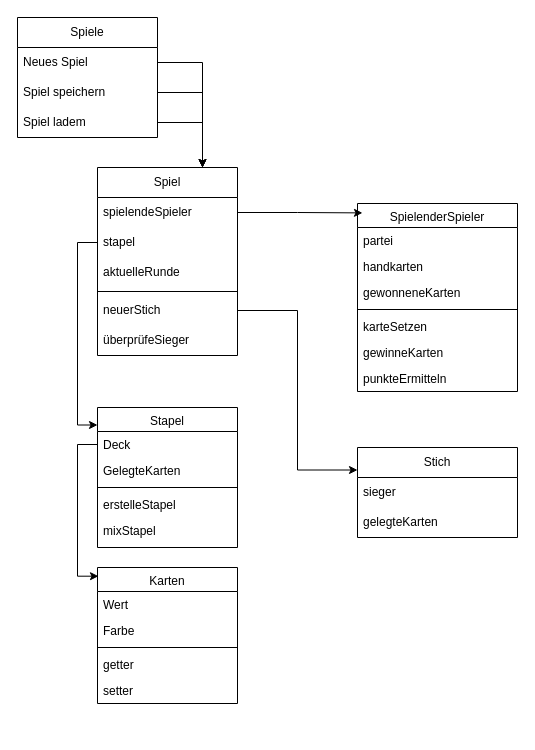
This is Struktur.drawio from GuncraftaM1P/hwr-oop-skat-gruppe2, a draw.io file, before an edit. Source tidied: cells renumbered, new cells numbered last; positions are measured from the earlier drawing's top-left corner, leaving out a move shared by most shapes. Both pictures are drawn from the tidied source at 100%, with x=0, y=0 at pixel (17, 17).
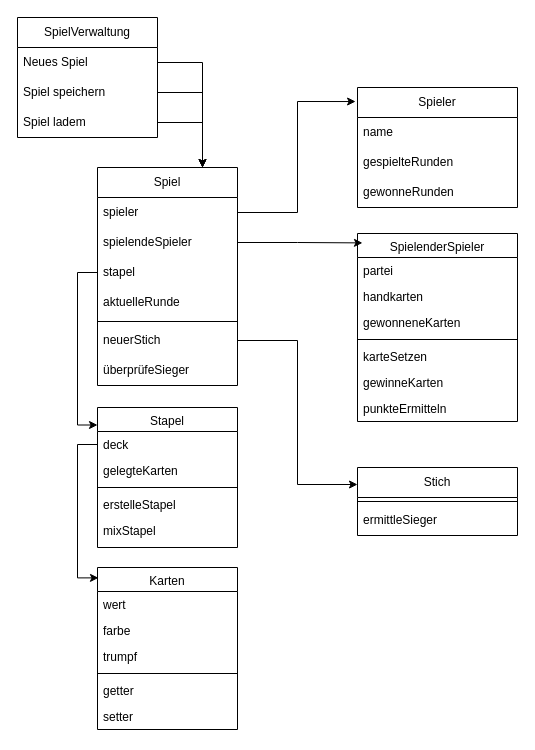
The same diagram, later.

The change refers to these unchanged cells:
```xml
<mxCell id="12" value="Stapel" style="swimlane;fontStyle=0;align=center;verticalAlign=top;horizontal=1;startSize=24;rounded=0;shadow=0;strokeWidth=1;" parent="1" vertex="1">
  <mxGeometry x="80" y="390" width="140" height="140" as="geometry" />
</mxCell>
```

Change to the diagram source:
```diff
@@
     <mxCell id="2" value="Karten" style="swimlane;fontStyle=0;align=center;verticalAlign=top;horizontal=1;startSize=24;rounded=0;shadow=0;strokeWidth=1;" parent="1" vertex="1">
-      <mxGeometry x="80" y="550" width="140" height="136" as="geometry" />
+      <mxGeometry x="80" y="550" width="140" height="162" as="geometry" />
     </mxCell>
-    <mxCell id="3" value="Wert" style="text;align=left;verticalAlign=top;spacingLeft=4;spacingRight=4;overflow=hidden;" parent="2" vertex="1">
+    <mxCell id="3" value="wert" style="text;align=left;verticalAlign=top;spacingLeft=4;spacingRight=4;overflow=hidden;" parent="2" vertex="1">
       <mxGeometry y="24" width="140" height="26" as="geometry" />
     </mxCell>
-    <mxCell id="4" value="Farbe" style="text;align=left;verticalAlign=top;spacingLeft=4;spacingRight=4;overflow=hidden;rounded=0;shadow=0;html=0;" parent="2" vertex="1">
+    <mxCell id="4" value="farbe" style="text;align=left;verticalAlign=top;spacingLeft=4;spacingRight=4;overflow=hidden;rounded=0;shadow=0;html=0;" parent="2" vertex="1">
       <mxGeometry y="50" width="140" height="26" as="geometry" />
     </mxCell>
+    <mxCell id="43" value="trumpf" style="text;align=left;verticalAlign=top;spacingLeft=4;spacingRight=4;overflow=hidden;rounded=0;shadow=0;html=0;" parent="2" vertex="1">
+      <mxGeometry y="76" width="140" height="26" as="geometry" />
+    </mxCell>
     <mxCell id="5" style="line;html=1;strokeWidth=1;align=left;verticalAlign=middle;spacingTop=-1;spacingLeft=3;spacingRight=3;labelPosition=right;" parent="2" vertex="1">
-      <mxGeometry y="76" width="140" height="8" as="geometry" />
+      <mxGeometry y="102" width="140" height="8" as="geometry" />
     </mxCell>
     <mxCell id="6" value="getter" style="text;align=left;verticalAlign=top;spacingLeft=4;spacingRight=4;overflow=hidden;" parent="2" vertex="1">
-      <mxGeometry y="84" width="140" height="26" as="geometry" />
+      <mxGeometry y="110" width="140" height="26" as="geometry" />
     </mxCell>
     <mxCell id="7" value="setter" style="text;align=left;verticalAlign=top;spacingLeft=4;spacingRight=4;overflow=hidden;" parent="2" vertex="1">
-      <mxGeometry y="110" width="140" height="26" as="geometry" />
+      <mxGeometry y="136" width="140" height="26" as="geometry" />
     </mxCell>
-    <mxCell id="8" value="Spiele" style="swimlane;fontStyle=0;horizontal=1;startSize=30;whiteSpace=wrap;html=1;" parent="1" vertex="1">
+    <mxCell id="8" value="SpielVerwaltung" style="swimlane;fontStyle=0;horizontal=1;startSize=30;whiteSpace=wrap;html=1;" parent="1" vertex="1">
       <mxGeometry width="140" height="120" as="geometry" />
     </mxCell>
@@
-    <mxCell id="13" value="Deck" style="text;align=left;verticalAlign=top;spacingLeft=4;spacingRight=4;overflow=hidden;points=[[0,0.5],[1,0.5]];portConstraint=eastwest;" parent="12" vertex="1">
+    <mxCell id="13" value="deck" style="text;align=left;verticalAlign=top;spacingLeft=4;spacingRight=4;overflow=hidden;points=[[0,0.5],[1,0.5]];portConstraint=eastwest;" parent="12" vertex="1">
       <mxGeometry y="24" width="140" height="26" as="geometry" />
     </mxCell>
-    <mxCell id="14" value="GelegteKarten" style="text;align=left;verticalAlign=top;spacingLeft=4;spacingRight=4;overflow=hidden;" parent="12" vertex="1">
+    <mxCell id="14" value="gelegteKarten" style="text;align=left;verticalAlign=top;spacingLeft=4;spacingRight=4;overflow=hidden;" parent="12" vertex="1">
       <mxGeometry y="50" width="140" height="26" as="geometry" />
     </mxCell>
@@
     <mxCell id="18" value="SpielenderSpieler" style="swimlane;fontStyle=0;align=center;verticalAlign=top;horizontal=1;startSize=24;rounded=0;shadow=0;strokeWidth=1;" parent="1" vertex="1">
-      <mxGeometry x="340" y="186" width="160" height="188" as="geometry" />
+      <mxGeometry x="340" y="216" width="160" height="188" as="geometry" />
     </mxCell>
@@
     <mxCell id="26" value="Spiel" style="swimlane;fontStyle=0;horizontal=1;startSize=30;whiteSpace=wrap;html=1;" parent="1" vertex="1">
-      <mxGeometry x="80" y="150" width="140" height="188" as="geometry" />
+      <mxGeometry x="80" y="150" width="140" height="218" as="geometry" />
     </mxCell>
+    <mxCell id="44" value="spieler" style="text;strokeColor=none;fillColor=none;align=left;verticalAlign=middle;spacingLeft=4;spacingRight=4;overflow=hidden;points=[[0,0.5],[1,0.5]];portConstraint=eastwest;whiteSpace=wrap;html=1;" parent="26" vertex="1">
+      <mxGeometry y="30" width="140" height="30" as="geometry" />
+    </mxCell>
     <mxCell id="27" value="&lt;div&gt;spielendeSpieler&lt;/div&gt;" style="text;strokeColor=none;fillColor=none;align=left;verticalAlign=middle;spacingLeft=4;spacingRight=4;overflow=hidden;points=[[0,0.5],[1,0.5]];portConstraint=eastwest;whiteSpace=wrap;html=1;" parent="26" vertex="1">
-      <mxGeometry y="30" width="140" height="30" as="geometry" />
+      <mxGeometry y="60" width="140" height="30" as="geometry" />
     </mxCell>
     <mxCell id="28" value="stapel" style="text;strokeColor=none;fillColor=none;align=left;verticalAlign=middle;spacingLeft=4;spacingRight=4;overflow=hidden;points=[[0,0.5],[1,0.5]];portConstraint=eastwest;whiteSpace=wrap;html=1;" parent="26" vertex="1">
-      <mxGeometry y="60" width="140" height="30" as="geometry" />
+      <mxGeometry y="90" width="140" height="30" as="geometry" />
     </mxCell>
     <mxCell id="29" value="aktuelleRunde" style="text;strokeColor=none;fillColor=none;align=left;verticalAlign=middle;spacingLeft=4;spacingRight=4;overflow=hidden;whiteSpace=wrap;html=1;" parent="26" vertex="1">
-      <mxGeometry y="90" width="140" height="30" as="geometry" />
+      <mxGeometry y="120" width="140" height="30" as="geometry" />
     </mxCell>
     <mxCell id="30" style="line;html=1;strokeWidth=1;align=left;verticalAlign=middle;spacingTop=-1;spacingLeft=3;spacingRight=3;labelPosition=right;" parent="26" vertex="1">
-      <mxGeometry y="120" width="140" height="8" as="geometry" />
+      <mxGeometry y="150" width="140" height="8" as="geometry" />
     </mxCell>
     <mxCell id="31" value="neuerStich" style="text;strokeColor=none;fillColor=none;align=left;verticalAlign=middle;spacingLeft=4;spacingRight=4;overflow=hidden;points=[[0,0.5],[1,0.5]];portConstraint=eastwest;whiteSpace=wrap;html=1;" parent="26" vertex="1">
-      <mxGeometry y="128" width="140" height="30" as="geometry" />
+      <mxGeometry y="158" width="140" height="30" as="geometry" />
     </mxCell>
     <mxCell id="32" value="überprüfeSieger" style="text;strokeColor=none;fillColor=none;align=left;verticalAlign=middle;spacingLeft=4;spacingRight=4;overflow=hidden;whiteSpace=wrap;html=1;" parent="26" vertex="1">
-      <mxGeometry y="158" width="140" height="30" as="geometry" />
+      <mxGeometry y="188" width="140" height="30" as="geometry" />
     </mxCell>
@@
-    <mxCell id="37" value="Stich" style="swimlane;fontStyle=0;horizontal=1;startSize=30;whiteSpace=wrap;html=1;" parent="1" vertex="1">
-      <mxGeometry x="340" y="430" width="160" height="90" as="geometry" />
-    </mxCell>
-    <mxCell id="38" value="sieger" style="text;strokeColor=none;fillColor=none;align=left;verticalAlign=middle;spacingLeft=4;spacingRight=4;overflow=hidden;whiteSpace=wrap;html=1;" parent="37" vertex="1">
-      <mxGeometry y="30" width="160" height="30" as="geometry" />
-    </mxCell>
-    <mxCell id="39" value="gelegteKarten" style="text;strokeColor=none;fillColor=none;align=left;verticalAlign=middle;spacingLeft=4;spacingRight=4;overflow=hidden;whiteSpace=wrap;html=1;" parent="37" vertex="1">
-      <mxGeometry y="60" width="160" height="30" as="geometry" />
-    </mxCell>
@@
+    <mxCell id="45" value="Spieler" style="swimlane;fontStyle=0;horizontal=1;startSize=30;whiteSpace=wrap;html=1;" parent="1" vertex="1">
+      <mxGeometry x="340" y="70" width="160" height="120" as="geometry" />
+    </mxCell>
+    <mxCell id="46" value="name" style="text;strokeColor=none;fillColor=none;align=left;verticalAlign=middle;spacingLeft=4;spacingRight=4;overflow=hidden;whiteSpace=wrap;html=1;" parent="45" vertex="1">
+      <mxGeometry y="30" width="160" height="30" as="geometry" />
+    </mxCell>
+    <mxCell id="47" value="gespielteRunden" style="text;strokeColor=none;fillColor=none;align=left;verticalAlign=middle;spacingLeft=4;spacingRight=4;overflow=hidden;whiteSpace=wrap;html=1;" parent="45" vertex="1">
+      <mxGeometry y="60" width="160" height="30" as="geometry" />
+    </mxCell>
+    <mxCell id="48" value="gewonneRunden" style="text;strokeColor=none;fillColor=none;align=left;verticalAlign=middle;spacingLeft=4;spacingRight=4;overflow=hidden;whiteSpace=wrap;html=1;" parent="45" vertex="1">
+      <mxGeometry y="90" width="160" height="30" as="geometry" />
+    </mxCell>
+    <mxCell id="49" style="edgeStyle=orthogonalEdgeStyle;rounded=0;jettySize=auto;html=1;entryX=-0.012;entryY=0.117;entryDx=0;entryDy=0;entryPerimeter=0;" parent="1" edge="1" source="44" target="45">
+      <mxGeometry relative="1" as="geometry" />
+    </mxCell>
+    <mxCell id="37" value="Stich" style="swimlane;fontStyle=0;horizontal=1;startSize=30;whiteSpace=wrap;html=1;" parent="1" vertex="1">
+      <mxGeometry x="340" y="450" width="160" height="68" as="geometry" />
+    </mxCell>
+    <mxCell id="50" style="line;html=1;strokeWidth=1;align=left;verticalAlign=middle;spacingTop=-1;spacingLeft=3;spacingRight=3;labelPosition=right;" parent="37" vertex="1">
+      <mxGeometry y="30" width="160" height="8" as="geometry" />
+    </mxCell>
+    <mxCell id="51" value="ermittleSieger" style="text;strokeColor=none;fillColor=none;align=left;verticalAlign=middle;spacingLeft=4;spacingRight=4;overflow=hidden;whiteSpace=wrap;html=1;" parent="37" vertex="1">
+      <mxGeometry y="38" width="160" height="30" as="geometry" />
+    </mxCell>
```
